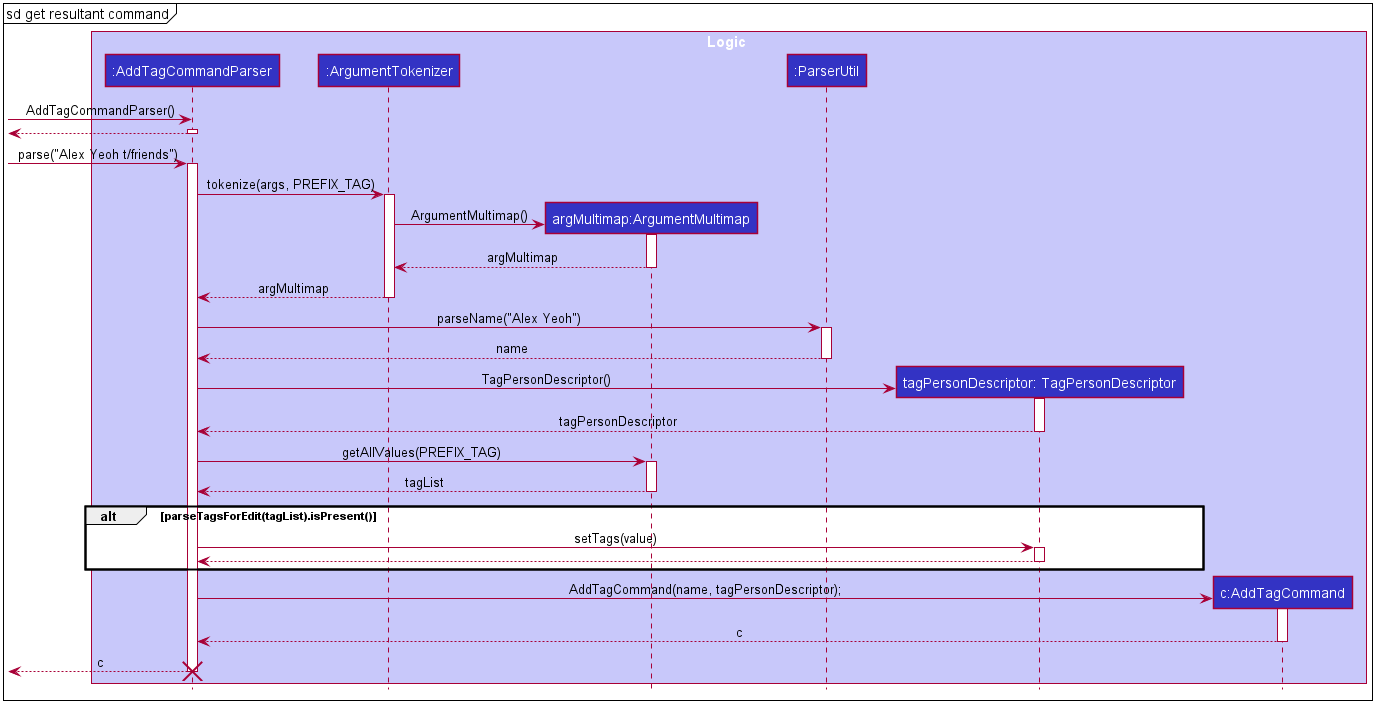
Earlier version of the PlantUML export docs/images/GetAddTagCommandSequenceDiagram.png (nus-cs2103-AY2021S1/tp). Source of this version:
```plantuml
@startuml








skinparam BackgroundColor #FFFFFFF

skinparam Shadowing false

skinparam Class {
    FontColor #FFFFFF
    BorderThickness 1
    BorderColor #FFFFFF
    StereotypeFontColor #FFFFFF
    FontName Arial
}

skinparam Actor {
    BorderColor #000000
    Color #000000
    FontName Arial
}

skinparam Sequence {
    MessageAlign center
    BoxFontSize 15
    BoxPadding 0
    BoxFontColor #FFFFFF
    FontName Arial
}

skinparam Participant {
    FontColor #FFFFFFF
    Padding 20
}

skinparam MinClassWidth 50
skinparam ParticipantPadding 10
skinparam Shadowing false
skinparam DefaultTextAlignment center
skinparam packageStyle Rectangle

hide footbox
hide members
hide circle
mainframe sd get resultant command

box Logic #C8C8FA
participant ":AddTagCommandParser" as AddTagCommandParser #3333C4
participant ":ArgumentTokenizer" as ArgumentTokenizer #3333C4
participant "argMultimap:ArgumentMultimap" as ArgumentMultimap #3333C4
participant ":ParserUtil" as ParserUtil #3333C4
participant "tagPersonDescriptor: TagPersonDescriptor" as TagPersonDescriptor #3333C4
participant "c:AddTagCommand" as AddTagCommand #3333C4
end box

create AddTagCommandParser
[-> AddTagCommandParser : AddTagCommandParser()
activate AddTagCommandParser

AddTagCommandParser -->[
deactivate AddTagCommandParser

[-> AddTagCommandParser : parse("Alex Yeoh t/friends")
activate AddTagCommandParser

AddTagCommandParser -> ArgumentTokenizer : tokenize(args, PREFIX_TAG)
activate ArgumentTokenizer

create ArgumentMultimap
ArgumentTokenizer -> ArgumentMultimap : ArgumentMultimap()
activate ArgumentMultimap

ArgumentMultimap --> ArgumentTokenizer : argMultimap
deactivate ArgumentMultimap

ArgumentTokenizer --> AddTagCommandParser : argMultimap
deactivate ArgumentTokenizer

AddTagCommandParser -> ParserUtil : parseName("Alex Yeoh")
activate ParserUtil

ParserUtil --> AddTagCommandParser : name
deactivate ParserUtil

create TagPersonDescriptor
AddTagCommandParser -> TagPersonDescriptor : TagPersonDescriptor()
activate TagPersonDescriptor

TagPersonDescriptor --> AddTagCommandParser : tagPersonDescriptor
deactivate TagPersonDescriptor

AddTagCommandParser -> ArgumentMultimap : getAllValues(PREFIX_TAG)
activate ArgumentMultimap

ArgumentMultimap --> AddTagCommandParser : tagList
deactivate ArgumentMultimap

alt parseTagsForEdit(tagList).isPresent()
AddTagCommandParser -> TagPersonDescriptor : setTags(value)
activate TagPersonDescriptor

TagPersonDescriptor --> AddTagCommandParser
deactivate TagPersonDescriptor
end

create AddTagCommand
AddTagCommandParser -> AddTagCommand : AddTagCommand(name, tagPersonDescriptor);
activate AddTagCommand

AddTagCommand --> AddTagCommandParser : c
deactivate AddTagCommand

AddTagCommandParser -->[ : c
destroy AddTagCommandParser
@enduml
```
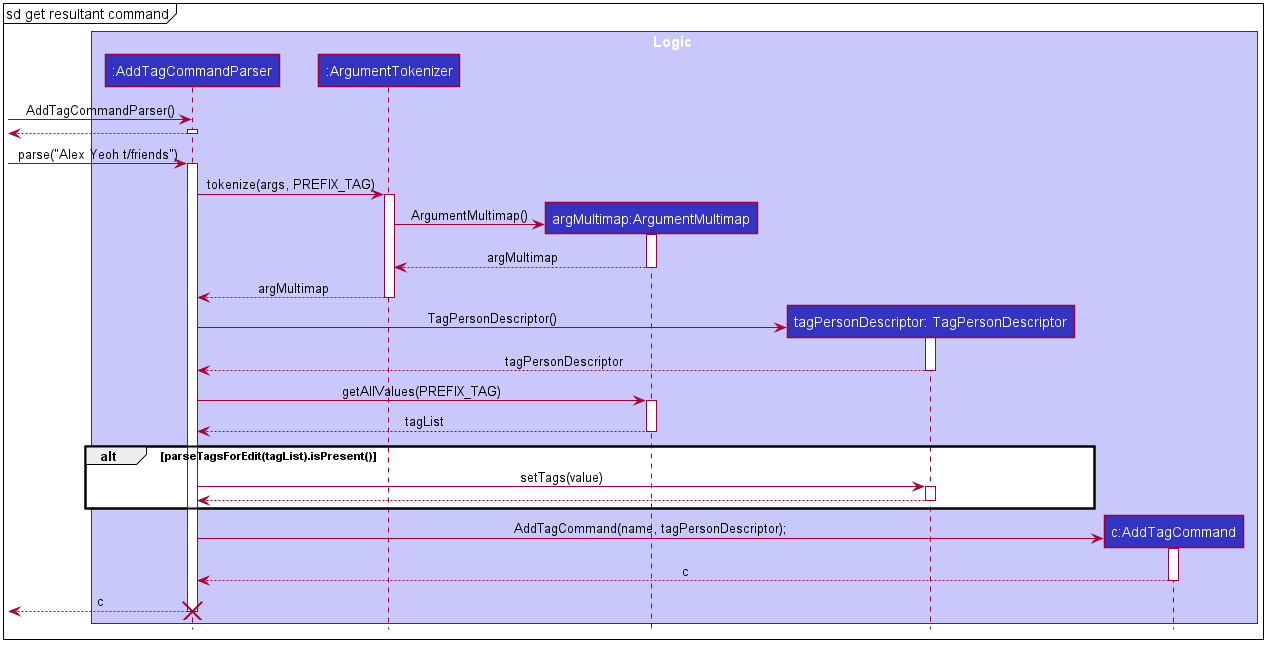
After the commit.

Commit message:
Modify sequence diagrams to be less wide

Diff of the diagram source:
```diff
@@ -53,7 +53,6 @@
 participant ":AddTagCommandParser" as AddTagCommandParser #3333C4
 participant ":ArgumentTokenizer" as ArgumentTokenizer #3333C4
 participant "argMultimap:ArgumentMultimap" as ArgumentMultimap #3333C4
-participant ":ParserUtil" as ParserUtil #3333C4
 participant "tagPersonDescriptor: TagPersonDescriptor" as TagPersonDescriptor #3333C4
 participant "c:AddTagCommand" as AddTagCommand #3333C4
 end box
@@ -80,12 +79,6 @@
 
 ArgumentTokenizer --> AddTagCommandParser : argMultimap
 deactivate ArgumentTokenizer
-
-AddTagCommandParser -> ParserUtil : parseName("Alex Yeoh")
-activate ParserUtil
-
-ParserUtil --> AddTagCommandParser : name
-deactivate ParserUtil
 
 create TagPersonDescriptor
 AddTagCommandParser -> TagPersonDescriptor : TagPersonDescriptor()
```
